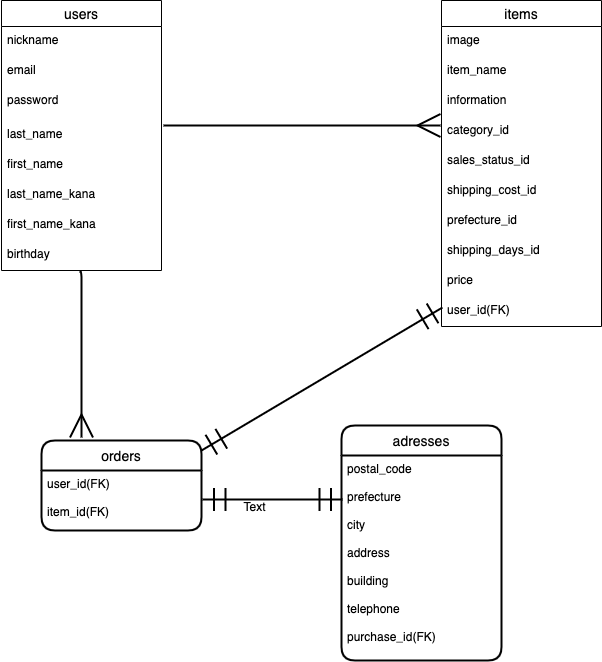
Above: furima.drawio.png in saya1216/furima-36071 (draw.io), before the change. Source tidied: cells renumbered, new cells last; positions are measured from the earlier drawing's top-left corner, leaving out a move shared by most shapes.
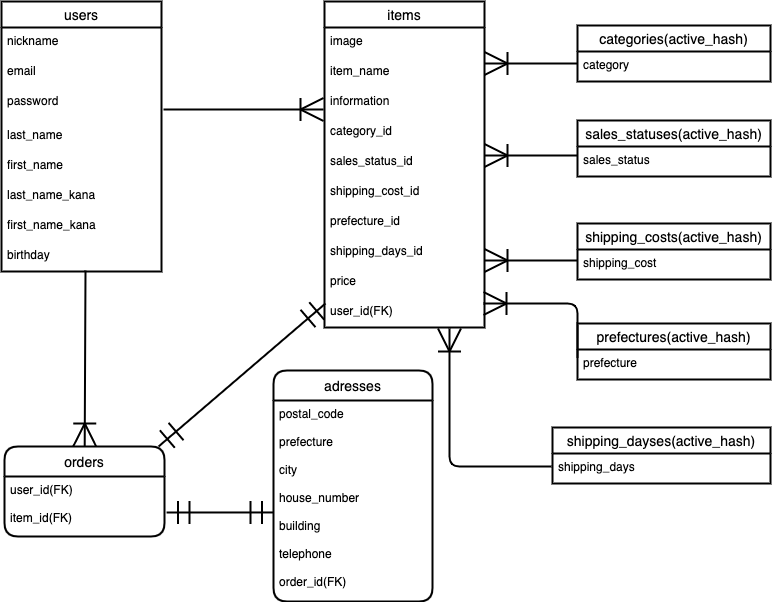
The same diagram one commit later.

Diff of the diagram source:
```diff
@@ -2,8 +2,8 @@
   <root>
     <mxCell id="0" />
     <mxCell id="1" parent="0" />
-    <mxCell id="2" value="users" style="swimlane;fontStyle=0;horizontal=1;startSize=26;align=center;fontSize=14;fillColor=#FFFFFF;fontColor=#000000;swimlaneFillColor=none;strokeColor=#000000;" parent="1" vertex="1">
-      <mxGeometry width="160" height="270" as="geometry" />
+    <mxCell id="2" value="users" style="swimlane;fontStyle=0;horizontal=1;startSize=26;align=center;fontSize=14;fillColor=#FFFFFF;fontColor=#000000;swimlaneFillColor=none;strokeColor=#000000;strokeWidth=2;" parent="1" vertex="1">
+      <mxGeometry x="-62" y="-2" width="160" height="270" as="geometry" />
     </mxCell>
     <mxCell id="3" value="nickname" style="text;strokeColor=none;fillColor=none;spacingLeft=4;spacingRight=4;overflow=hidden;fontSize=12;fontColor=#000000;" parent="2" vertex="1">
       <mxGeometry y="26" width="160" height="30" as="geometry" />
@@ -29,8 +29,8 @@
     <mxCell id="10" value="birthday" style="text;strokeColor=none;fillColor=none;spacingLeft=4;spacingRight=4;overflow=hidden;points=[[0,0.5],[1,0.5]];portConstraint=eastwest;fontSize=12;fontColor=#000000;" parent="2" vertex="1">
       <mxGeometry y="240" width="160" height="30" as="geometry" />
     </mxCell>
-    <mxCell id="11" value="items" style="swimlane;fontStyle=0;horizontal=1;startSize=26;align=center;fontSize=14;fontColor=#000000;fillColor=#FFFFFF;strokeColor=#000000;perimeterSpacing=0;" parent="1" vertex="1">
-      <mxGeometry x="440" width="160" height="326" as="geometry" />
+    <mxCell id="11" value="items" style="swimlane;fontStyle=0;horizontal=1;startSize=26;align=center;fontSize=14;fontColor=#000000;fillColor=#FFFFFF;strokeColor=#000000;perimeterSpacing=0;strokeWidth=2;" parent="1" vertex="1">
+      <mxGeometry x="261" y="-2" width="160" height="326" as="geometry" />
     </mxCell>
     <mxCell id="12" value="image&#10;" style="text;strokeColor=none;fillColor=none;spacingLeft=4;spacingRight=4;overflow=hidden;fontSize=12;fontColor=#000000;" parent="11" vertex="1">
       <mxGeometry y="26" width="160" height="30" as="geometry" />
@@ -63,38 +63,86 @@
       <mxGeometry y="296" width="160" height="30" as="geometry" />
     </mxCell>
     <mxCell id="22" value="orders" style="swimlane;horizontal=1;startSize=30;rounded=1;fontSize=14;fontStyle=0;strokeWidth=2;shadow=0;dashed=0;align=center;fillColor=#FFFFFF;fontColor=#000000;strokeColor=#000000;" parent="1" vertex="1">
-      <mxGeometry x="40" y="440" width="160" height="90" as="geometry" />
+      <mxGeometry x="-59" y="443" width="160" height="90" as="geometry" />
     </mxCell>
     <mxCell id="23" value="user_id(FK)&#10;&#10;item_id(FK)&#10;" style="align=left;strokeColor=none;fillColor=none;spacingLeft=4;fontSize=12;verticalAlign=top;fontColor=#000000;" parent="22" vertex="1">
       <mxGeometry y="30" width="160" height="60" as="geometry" />
     </mxCell>
-    <mxCell id="24" value="adresses" style="swimlane;horizontal=1;startSize=30;rounded=1;fontSize=14;fontStyle=0;strokeWidth=2;shadow=0;dashed=0;align=center;fillColor=#FFFFFF;fontColor=#000000;strokeColor=#000000;" parent="1" vertex="1">
-      <mxGeometry x="340" y="425" width="160" height="235" as="geometry" />
+    <mxCell id="24" value="adresses" style="swimlane;horizontal=1;startSize=30;rounded=1;fontSize=14;fontStyle=0;strokeWidth=2;shadow=0;dashed=0;align=center;fillColor=#FFFFFF;fontColor=#000000;strokeColor=#000000;arcSize=15;" parent="1" vertex="1">
+      <mxGeometry x="210" y="367" width="159" height="231" as="geometry" />
     </mxCell>
-    <mxCell id="25" value="postal_code&#10;&#10;prefecture&#10;&#10;city&#10;&#10;address&#10;&#10;building&#10;&#10;telephone&#10;&#10;purchase_id(FK)" style="align=left;strokeColor=none;fillColor=none;spacingLeft=4;fontSize=12;verticalAlign=top;fontColor=#000000;" parent="24" vertex="1">
-      <mxGeometry y="30" width="160" height="205" as="geometry" />
+    <mxCell id="25" value="postal_code&#10;&#10;prefecture&#10;&#10;city&#10;&#10;house_number&#10;&#10;building&#10;&#10;telephone&#10;&#10;order_id(FK)" style="align=left;strokeColor=none;fillColor=none;spacingLeft=4;fontSize=12;verticalAlign=top;fontColor=#000000;" parent="24" vertex="1">
+      <mxGeometry y="30" width="159" height="201" as="geometry" />
     </mxCell>
-    <mxCell id="26" style="edgeStyle=elbowEdgeStyle;fontSize=12;html=1;endArrow=ERmany;targetPerimeterSpacing=0;strokeWidth=2;rounded=1;endSize=20;labelBorderColor=none;strokeColor=#000000;" parent="1" edge="1">
-      <mxGeometry relative="1" as="geometry">
-        <mxPoint x="162" y="125" as="sourcePoint" />
-        <mxPoint x="439" y="125" as="targetPoint" />
-      </mxGeometry>
-    </mxCell>
+    <mxCell id="31" style="fontSize=12;html=1;endArrow=ERmandOne;startArrow=ERmandOne;startSize=20;endSize=20;strokeColor=#000000;strokeWidth=2;exitX=0.963;exitY=0;exitDx=0;exitDy=0;exitPerimeter=0;entryX=0.006;entryY=0.2;entryDx=0;entryDy=0;entryPerimeter=0;" parent="1" edge="1" source="22" target="21">
+      <mxGeometry relative="1" as="geometry" />
+    </mxCell>
+    <mxCell id="32" style="fontSize=12;html=1;endArrow=ERmandOne;startArrow=ERmandOne;startSize=20;endSize=20;strokeColor=#000000;strokeWidth=2;exitX=1.013;exitY=0.6;exitDx=0;exitDy=0;exitPerimeter=0;entryX=0;entryY=0.557;entryDx=0;entryDy=0;entryPerimeter=0;" parent="1" edge="1" source="23" target="25">
+      <mxGeometry relative="1" as="geometry" />
+    </mxCell>
+    <mxCell id="33" style="fontSize=12;html=1;endArrow=ERoneToMany;startSize=20;endSize=20;strokeColor=#000000;strokeWidth=2;entryX=-0.006;entryY=0.733;entryDx=0;entryDy=0;entryPerimeter=0;" parent="1" edge="1" target="14">
+      <mxGeometry relative="1" as="geometry">
+        <mxPoint x="100" y="106" as="sourcePoint" />
+      </mxGeometry>
+    </mxCell>
-    <mxCell id="27" style="edgeStyle=elbowEdgeStyle;fontSize=12;html=1;endArrow=ERmany;endSize=20;targetPerimeterSpacing=0;strokeWidth=2;exitX=0.488;exitY=1.033;exitDx=0;exitDy=0;exitPerimeter=0;entryX=0.256;entryY=-0.033;entryDx=0;entryDy=0;entryPerimeter=0;strokeColor=#000000;" parent="1" edge="1" source="10" target="22">
+    <mxCell id="27" style="fontSize=12;html=1;endArrow=ERoneToMany;startSize=20;endSize=20;strokeColor=#000000;strokeWidth=2;exitX=0.525;exitY=0.967;exitDx=0;exitDy=0;exitPerimeter=0;" parent="1" edge="1" source="10" target="22">
       <mxGeometry relative="1" as="geometry" />
     </mxCell>
-    <mxCell id="28" style="fontSize=12;html=1;endArrow=ERmandOne;startArrow=ERmandOne;endSize=20;targetPerimeterSpacing=0;strokeWidth=2;startSize=20;entryX=0.006;entryY=0.367;entryDx=0;entryDy=0;entryPerimeter=0;strokeColor=#000000;" parent="1" edge="1" target="21">
-      <mxGeometry relative="1" as="geometry">
-        <mxPoint x="200" y="450" as="sourcePoint" />
-      </mxGeometry>
-    </mxCell>
-    <mxCell id="29" style="edgeStyle=entityRelationEdgeStyle;fontSize=12;html=1;endArrow=ERmandOne;startArrow=ERmandOne;startSize=20;endSize=20;targetPerimeterSpacing=0;strokeWidth=2;exitX=1.006;exitY=0.483;exitDx=0;exitDy=0;exitPerimeter=0;strokeColor=#000000;" parent="1" edge="1" source="23">
-      <mxGeometry relative="1" as="geometry">
-        <mxPoint x="341" y="499" as="targetPoint" />
-      </mxGeometry>
-    </mxCell>
-    <mxCell id="30" value="Text" style="text;html=1;align=center;verticalAlign=middle;fillColor=none;strokeColor=none;rounded=0;" parent="1" vertex="1">
-      <mxGeometry x="233" y="496" width="40" height="20" as="geometry" />
-    </mxCell>
+    <mxCell id="34" value="categories(active_hash)" style="swimlane;fontStyle=0;horizontal=1;startSize=26;align=center;fontSize=14;strokeWidth=2;fillColor=#FFFFFF;strokeColor=#000000;fontColor=#000000;" parent="1" vertex="1">
+      <mxGeometry x="514" y="22" width="193" height="56" as="geometry" />
+    </mxCell>
+    <mxCell id="35" value="category" style="text;strokeColor=none;fillColor=none;spacingLeft=4;spacingRight=4;overflow=hidden;fontSize=12;fontColor=#000000;" parent="34" vertex="1">
+      <mxGeometry y="26" width="193" height="30" as="geometry" />
+    </mxCell>
+    <mxCell id="36" value="sales_statuses(active_hash)" style="swimlane;fontStyle=0;horizontal=1;startSize=26;align=center;fontSize=14;strokeWidth=2;fillColor=#FFFFFF;strokeColor=#000000;fontColor=#000000;" parent="1" vertex="1">
+      <mxGeometry x="514" y="117" width="193" height="56" as="geometry" />
+    </mxCell>
+    <mxCell id="37" value="sales_status" style="text;strokeColor=none;fillColor=none;spacingLeft=4;spacingRight=4;overflow=hidden;fontSize=12;fontColor=#000000;" parent="36" vertex="1">
+      <mxGeometry y="26" width="193" height="30" as="geometry" />
+    </mxCell>
+    <mxCell id="38" value="shipping_costs(active_hash)" style="swimlane;fontStyle=0;horizontal=1;startSize=26;align=center;fontSize=14;strokeWidth=2;fillColor=#FFFFFF;strokeColor=#000000;fontColor=#000000;" parent="1" vertex="1">
+      <mxGeometry x="514" y="220" width="193" height="56" as="geometry" />
+    </mxCell>
+    <mxCell id="39" value="shipping_cost" style="text;strokeColor=none;fillColor=none;spacingLeft=4;spacingRight=4;overflow=hidden;fontSize=12;fontColor=#000000;" parent="38" vertex="1">
+      <mxGeometry y="26" width="193" height="30" as="geometry" />
+    </mxCell>
+    <mxCell id="40" value="prefectures(active_hash)" style="swimlane;fontStyle=0;horizontal=1;startSize=26;align=center;fontSize=14;strokeWidth=2;fillColor=#FFFFFF;strokeColor=#000000;fontColor=#000000;" parent="1" vertex="1">
+      <mxGeometry x="514" y="320" width="193" height="56" as="geometry" />
+    </mxCell>
+    <mxCell id="41" value="prefecture" style="text;strokeColor=none;fillColor=none;spacingLeft=4;spacingRight=4;overflow=hidden;fontSize=12;fontColor=#000000;" parent="40" vertex="1">
+      <mxGeometry y="26" width="193" height="30" as="geometry" />
+    </mxCell>
+    <mxCell id="42" value="shipping_dayses(active_hash)" style="swimlane;fontStyle=0;horizontal=1;startSize=26;align=center;fontSize=14;strokeWidth=2;fillColor=#FFFFFF;strokeColor=#000000;fontColor=#000000;" parent="1" vertex="1">
+      <mxGeometry x="489" y="424" width="218" height="56" as="geometry" />
+    </mxCell>
+    <mxCell id="43" value="shipping_days" style="text;strokeColor=none;fillColor=none;spacingLeft=4;spacingRight=4;overflow=hidden;points=[[0,0.5],[1,0.5]];portConstraint=eastwest;fontSize=12;fontColor=#000000;" parent="42" vertex="1">
+      <mxGeometry y="26" width="218" height="30" as="geometry" />
+    </mxCell>
+    <mxCell id="44" style="fontSize=12;html=1;endArrow=ERoneToMany;fontColor=#000000;startSize=20;endSize=20;strokeColor=#000000;strokeWidth=2;" parent="1" edge="1">
+      <mxGeometry relative="1" as="geometry">
+        <mxPoint x="514" y="60" as="sourcePoint" />
+        <mxPoint x="421" y="60" as="targetPoint" />
+      </mxGeometry>
+    </mxCell>
+    <mxCell id="45" style="fontSize=12;html=1;endArrow=ERoneToMany;fontColor=#000000;startSize=20;endSize=20;strokeColor=#000000;strokeWidth=2;" parent="1" edge="1">
+      <mxGeometry relative="1" as="geometry">
+        <mxPoint x="514" y="152" as="sourcePoint" />
+        <mxPoint x="421" y="152" as="targetPoint" />
+      </mxGeometry>
+    </mxCell>
+    <mxCell id="46" style="fontSize=12;html=1;endArrow=ERoneToMany;fontColor=#000000;startSize=20;endSize=20;strokeColor=#000000;strokeWidth=2;" parent="1" edge="1">
+      <mxGeometry relative="1" as="geometry">
+        <mxPoint x="514" y="257" as="sourcePoint" />
+        <mxPoint x="421" y="257" as="targetPoint" />
+      </mxGeometry>
+    </mxCell>
+    <mxCell id="47" style="fontSize=12;html=1;endArrow=ERoneToMany;fontColor=#000000;startSize=20;endSize=20;strokeColor=#000000;strokeWidth=2;entryX=0.994;entryY=0.2;entryDx=0;entryDy=0;entryPerimeter=0;edgeStyle=orthogonalEdgeStyle;" parent="1" edge="1" target="21">
+      <mxGeometry relative="1" as="geometry">
+        <mxPoint x="514" y="354" as="sourcePoint" />
+      </mxGeometry>
+    </mxCell>
+    <mxCell id="48" style="edgeStyle=orthogonalEdgeStyle;fontSize=12;html=1;endArrow=ERoneToMany;fontColor=#000000;startSize=20;endSize=20;strokeColor=#000000;strokeWidth=2;exitX=-0.005;exitY=0.433;exitDx=0;exitDy=0;exitPerimeter=0;entryX=0.781;entryY=1.033;entryDx=0;entryDy=0;entryPerimeter=0;" parent="1" edge="1" source="43" target="21">
+      <mxGeometry relative="1" as="geometry" />
+    </mxCell>
   </root>
 </mxGraphModel>
```
